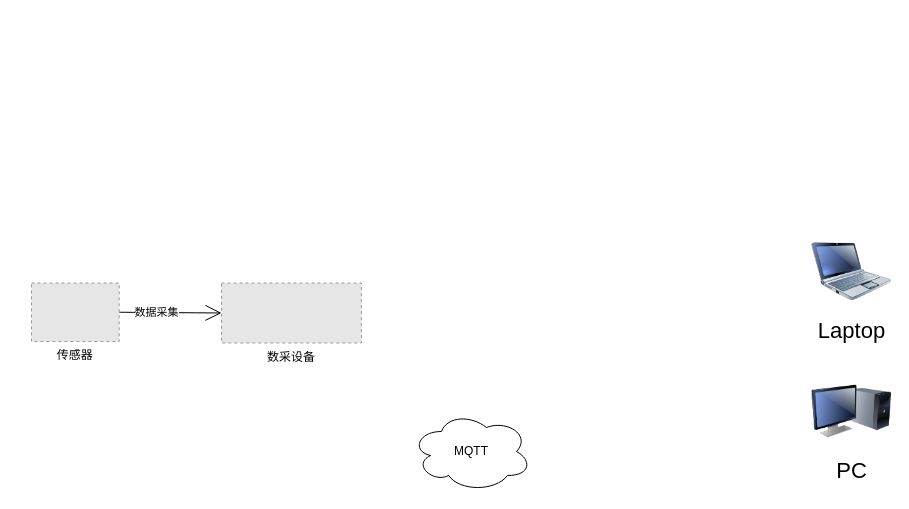
Before: drawio/dataFlow.drawio in raingnight/Blog_Pic, a draw.io diagram. Source tidied: cells renumbered, new cells numbered last; positions are measured from the earlier drawing's top-left corner, leaving out a move shared by most shapes. Both pictures are drawn from the tidied source at 100%, with x=0, y=0 at pixel (31, 231). Pictures stored in the file or linked from it are replaced by grey dashed boxes.
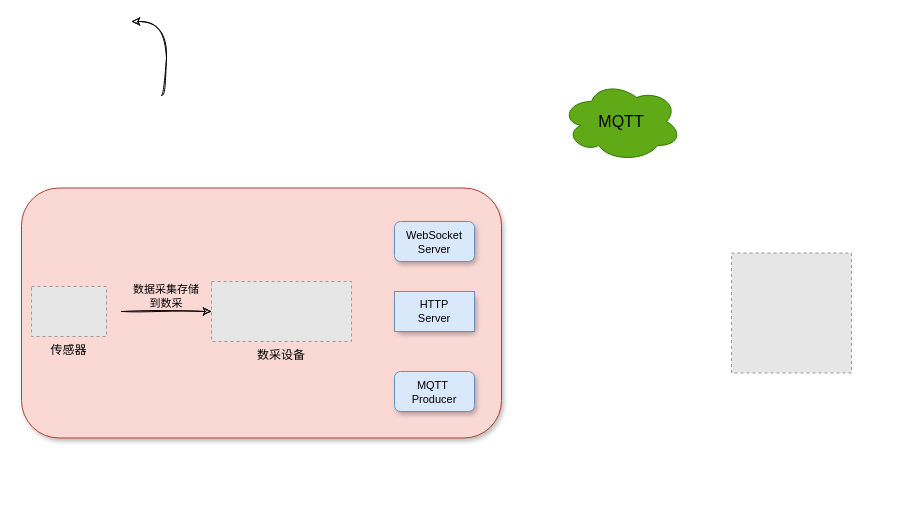
After the change.

The edit, as a diff of the source:
```diff
@@
-    <mxCell id="2" value="PC" style="image;html=1;labelBackgroundColor=#ffffff;image=img/lib/clip_art/computers/Monitor_Tower_128x128.png;rounded=1;shadow=0;comic=0;strokeWidth=2;fontSize=22;" parent="1" vertex="1">
-      <mxGeometry x="780" y="140" width="80" height="80" as="geometry" />
-    </mxCell>
-    <mxCell id="3" value="Laptop" style="image;html=1;labelBackgroundColor=#ffffff;image=img/lib/clip_art/computers/Netbook_128x128.png;rounded=1;shadow=0;comic=0;strokeColor=#000000;strokeWidth=2;fillColor=#FFFFFF;fontSize=22;fontColor=#000000;" parent="1" vertex="1">
-      <mxGeometry x="780" width="80" height="80" as="geometry" />
-    </mxCell>
+    <mxCell id="10" style="rounded=1;whiteSpace=wrap;html=1;fontSize=11;glass=0;shadow=1;fillColor=#fad9d5;strokeColor=#ae4132;labelBackgroundColor=#fad9d5;" parent="1" vertex="1">
+      <mxGeometry x="-10" y="-43.5" width="480" height="250" as="geometry" />
+    </mxCell>
-    <mxCell id="4" value="数采设备" style="fillColor=#E6E6E6;strokeColor=#999999;dashed=1;verticalLabelPosition=bottom;labelBackgroundColor=default;verticalAlign=top;" parent="1" vertex="1">
-      <mxGeometry x="190" y="51.5" width="139.9" height="60" as="geometry" />
+    <mxCell id="4" value="数采设备" style="fillColor=#E6E6E6;strokeColor=#999999;dashed=1;verticalLabelPosition=bottom;labelBackgroundColor=#fad9d5;verticalAlign=top;" parent="1" vertex="1">
+      <mxGeometry x="180" y="50" width="140" height="60" as="geometry" />
     </mxCell>
-    <mxCell id="5" style="edgeStyle=none;curved=1;rounded=0;jettySize=auto;html=1;exitX=1;exitY=0.5;exitDx=0;exitDy=0;entryX=0;entryY=0.5;entryDx=0;entryDy=0;endArrow=open;startSize=14;endSize=14;sourcePerimeterSpacing=8;targetPerimeterSpacing=8;" parent="1" edge="1" source="7" target="4">
-      <mxGeometry relative="1" as="geometry" />
-    </mxCell>
-    <mxCell id="6" value="数据采集" style="edgeLabel;html=1;align=center;verticalAlign=middle;" parent="5" vertex="1">
-      <mxGeometry x="-0.27" y="1" relative="1" as="geometry" />
-    </mxCell>
-    <mxCell id="7" value="传感器" style="fillColor=#E6E6E6;strokeColor=#999999;dashed=1;verticalLabelPosition=bottom;labelBackgroundColor=default;verticalAlign=top;" parent="1" vertex="1">
-      <mxGeometry y="51.5" width="87.7" height="58.5" as="geometry" />
+    <mxCell id="7" value="传感器" style="fillColor=#E6E6E6;strokeColor=#999999;dashed=1;verticalLabelPosition=bottom;labelBackgroundColor=#fad9d5;verticalAlign=top;" parent="1" vertex="1">
+      <mxGeometry y="55" width="75" height="50" as="geometry" />
     </mxCell>
+    <mxCell id="11" style="group;" parent="1" vertex="1">
+      <mxGeometry x="530" y="-150" width="120" height="80" as="geometry" />
+    </mxCell>
-    <mxCell id="8" style="ellipse;shape=cloud;whiteSpace=wrap;html=1;verticalAlign=top;labelBackgroundColor=default;" parent="1" vertex="1">
-      <mxGeometry x="380" y="180" width="120" height="80" as="geometry" />
+    <mxCell id="8" style="ellipse;shape=cloud;whiteSpace=wrap;html=1;verticalAlign=top;labelBackgroundColor=default;fillColor=#60a917;fontColor=#ffffff;strokeColor=#2D7600;" parent="11" vertex="1">
+      <mxGeometry width="120" height="80" as="geometry" />
     </mxCell>
-    <mxCell id="9" value="MQTT" style="text;strokeColor=none;fillColor=none;html=1;align=center;verticalAlign=middle;whiteSpace=wrap;rounded=0;" parent="1" vertex="1">
-      <mxGeometry x="410" y="205" width="60" height="30" as="geometry" />
+    <mxCell id="9" value="&lt;font style=&quot;font-size: 16px;&quot;&gt;MQTT&lt;/font&gt;" style="text;strokeColor=none;fillColor=none;html=1;align=center;verticalAlign=middle;whiteSpace=wrap;rounded=0;" parent="11" vertex="1">
+      <mxGeometry x="30" y="25" width="60" height="30" as="geometry" />
     </mxCell>
+    <mxCell id="12" style="fillColor=#E6E6E6;strokeColor=#999999;dashed=1;verticalLabelPosition=bottom;labelBackgroundColor=default;verticalAlign=top;" parent="1" vertex="1">
+      <mxGeometry x="700" y="21.5" width="120" height="120" as="geometry" />
+    </mxCell>
+    <mxCell id="13" style="group;rounded=1;shadow=1;fillColor=#dae8fc;strokeColor=#6c8ebf;glass=0;" parent="1" vertex="1">
+      <mxGeometry x="363" y="60" width="80" height="40" as="geometry" />
+    </mxCell>
+    <mxCell id="14" style="whiteSpace=wrap;html=1;verticalAlign=top;labelBackgroundColor=default;fontSize=11;fillColor=#dae8fc;strokeColor=#6c8ebf;rounded=0;shadow=0;" parent="13" vertex="1">
+      <mxGeometry width="80" height="40" as="geometry" />
+    </mxCell>
+    <mxCell id="15" value="HTTP&lt;br&gt;Server" style="text;strokeColor=none;fillColor=none;html=1;align=center;verticalAlign=middle;whiteSpace=wrap;rounded=0;fontSize=11;" parent="13" vertex="1">
+      <mxGeometry x="25" y="15" width="30" height="10" as="geometry" />
+    </mxCell>
+    <mxCell id="16" style="group;sketch=1;curveFitting=1;jiggle=2;shadow=1;rounded=1;glass=0;" parent="1" vertex="1">
+      <mxGeometry x="363" y="-10" width="80" height="40" as="geometry" />
+    </mxCell>
+    <mxCell id="17" style="whiteSpace=wrap;html=1;verticalAlign=top;labelBackgroundColor=default;fontSize=11;fillColor=#dae8fc;strokeColor=#6c8ebf;rounded=1;shadow=1;" parent="16" vertex="1">
+      <mxGeometry width="80" height="40" as="geometry" />
+    </mxCell>
+    <mxCell id="18" value="WebSocket&lt;br&gt;Server" style="text;strokeColor=none;fillColor=none;html=1;align=center;verticalAlign=middle;whiteSpace=wrap;rounded=0;fontSize=11;" parent="16" vertex="1">
+      <mxGeometry x="25" y="20" width="30" as="geometry" />
+    </mxCell>
+    <mxCell id="19" style="group;sketch=1;curveFitting=1;jiggle=2;shadow=1;rounded=1;glass=0;" parent="1" vertex="1">
+      <mxGeometry x="363" y="140" width="80" height="40" as="geometry" />
+    </mxCell>
+    <mxCell id="20" style="whiteSpace=wrap;html=1;verticalAlign=top;labelBackgroundColor=default;fontSize=12;fillColor=#dae8fc;strokeColor=#6c8ebf;rounded=1;shadow=1;glass=0;" parent="19" vertex="1">
+      <mxGeometry width="80" height="40" as="geometry" />
+    </mxCell>
+    <mxCell id="21" value="MQTT&amp;nbsp;&lt;br&gt;Producer" style="text;strokeColor=none;fillColor=none;html=1;align=center;verticalAlign=middle;whiteSpace=wrap;rounded=0;fontSize=11;" parent="19" vertex="1">
+      <mxGeometry x="25" y="20" width="30" as="geometry" />
+    </mxCell>
+    <mxCell id="22" style="edgeStyle=orthogonalEdgeStyle;rounded=0;sketch=1;orthogonalLoop=1;jettySize=auto;html=1;exitX=0.5;exitY=0;exitDx=0;exitDy=0;entryX=0.96;entryY=0.7;entryDx=0;entryDy=0;entryPerimeter=0;curved=1;" parent="1" edge="1">
+      <mxGeometry relative="1" as="geometry">
+        <mxPoint x="130" y="-136" as="sourcePoint" />
+        <mxPoint x="100" y="-210" as="targetPoint" />
+        <Array as="points">
+          <mxPoint x="135" y="-136" />
+          <mxPoint x="135" y="-210" />
+        </Array>
+      </mxGeometry>
+    </mxCell>
+    <mxCell id="23" style="edgeStyle=orthogonalEdgeStyle;rounded=0;sketch=1;jettySize=auto;html=1;exitX=0.5;exitY=0;exitDx=0;exitDy=0;entryX=0;entryY=0.5;entryDx=0;entryDy=0;curved=1;" parent="1" edge="1" target="4">
+      <mxGeometry relative="1" as="geometry">
+        <mxPoint x="90" y="80" as="sourcePoint" />
+        <Array as="points">
+          <mxPoint x="130" y="80" />
+          <mxPoint x="130" y="80" />
+        </Array>
+      </mxGeometry>
+    </mxCell>
+    <mxCell id="24" value="数据采集存储到数采" style="text;strokeColor=none;fillColor=none;html=1;align=center;verticalAlign=middle;whiteSpace=wrap;rounded=0;fontSize=11;" parent="1" vertex="1">
+      <mxGeometry x="100" y="50" width="70" height="30" as="geometry" />
+    </mxCell>
```
